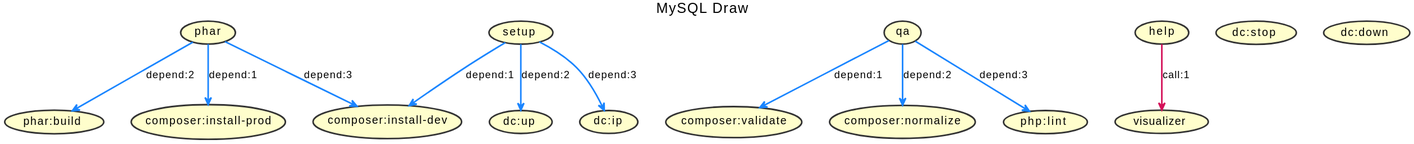
jawira/mysql-draw keeps this PlantUML diagram as build.svg. Above is the earlier version.
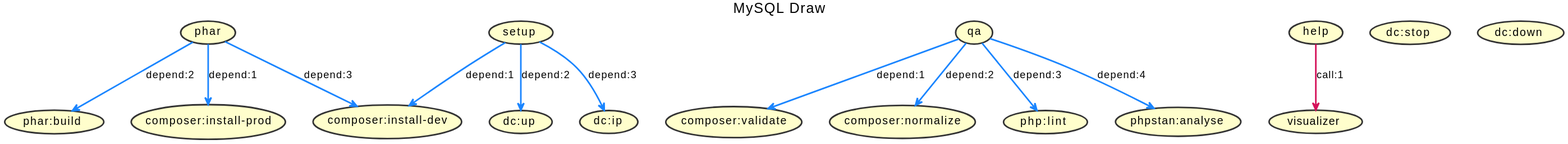
Later version of the same file.

Commit message:
Add phpstan target

Diff of the diagram source:
```diff
@@ -20,6 +20,7 @@
 (qa) -[#1A85FF]-> (composer:validate) : depend:1
 (qa) -[#1A85FF]-> (composer:normalize) : depend:2
 (qa) -[#1A85FF]-> (php:lint) : depend:3
+(qa) -[#1A85FF]-> (phpstan:analyse) : depend:4
 (phar) -[#1A85FF]-> (composer:install-prod) : depend:1
 (phar) -[#1A85FF]-> (phar:build) : depend:2
 (phar) -[#1A85FF]-> (composer:install-dev) : depend:3
@@ -39,4 +40,5 @@
 (dc:stop)
 (dc:down)
 (dc:ip)
+(phpstan:analyse)
 @enduml
```
